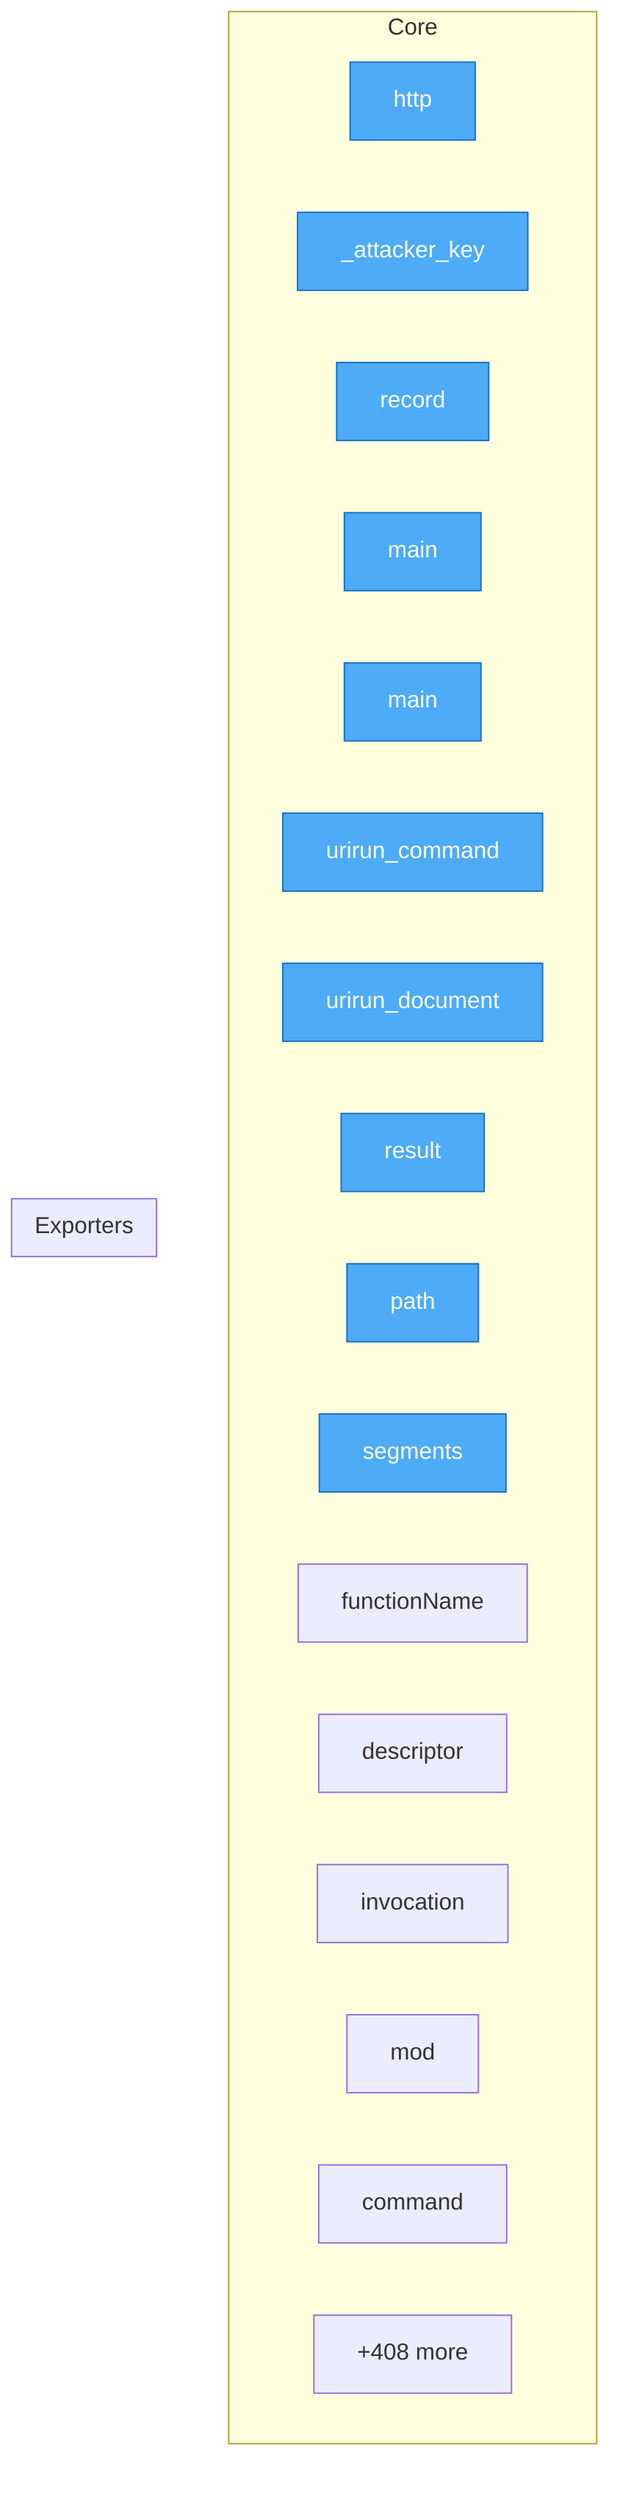
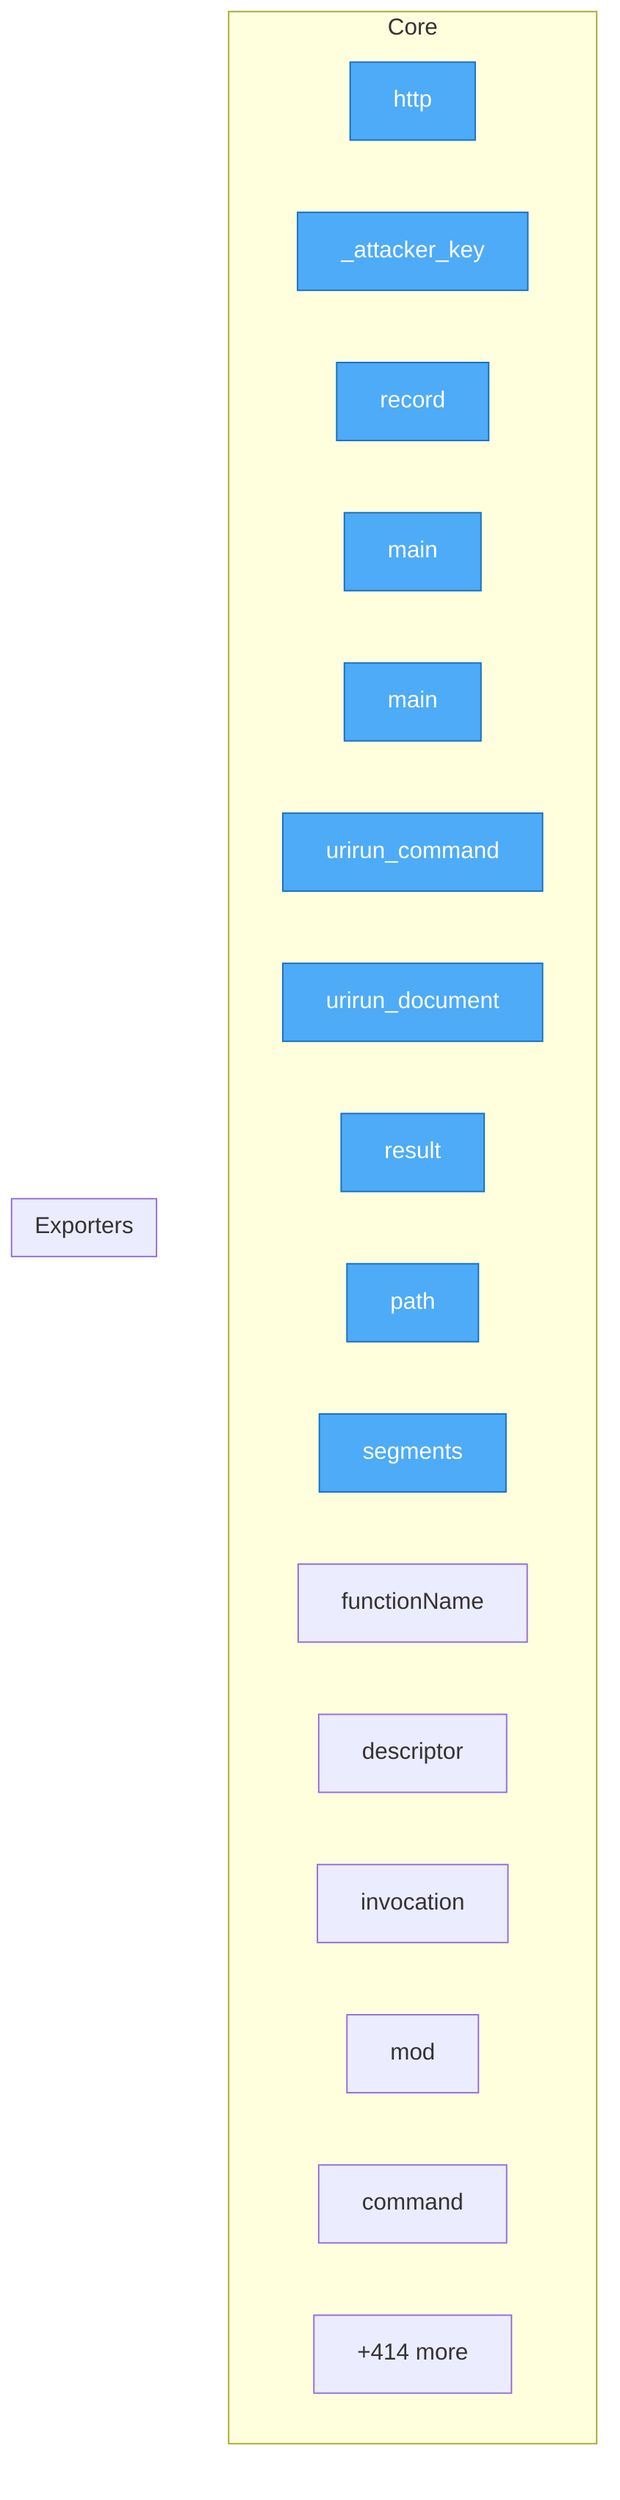
flowchart TD
- %% generated in 0.02s
+ %% generated in 0.03s

    %% Entry points (blue)
    classDef entry fill:#4dabf7,stroke:#1971c2,color:#fff

    subgraph Core
        security__mesh_probe__probe__http["http"]
        security__mesh_probe__probe___attacker_key["_attacker_key"]
        security__mesh_probe__probe__record["record"]
        adapters__conformance__main["main"]
        adapters__new_connector__main["main"]
        adapters__bash__urirun__urirun_command["urirun_command"]
        adapters__bash__urirun__urirun_document["urirun_document"]
        adapters__js__index__test__result["result"]
        adapters__js__path["path"]
        adapters__js__segments["segments"]
        adapters__js__functionName["functionName"]
        adapters__js__descriptor["descriptor"]
        adapters__js__invocation["invocation"]
        adapters__js__mod["mod"]
        adapters__java__Urirun__Urirun__command["command"]
-         ...["+408 more"]
+         ...["+414 more"]
    end

    subgraph Exporters
    end

    class security__mesh_probe__probe__http,security__mesh_probe__probe___attacker_key,security__mesh_probe__probe__record,adapters__conformance__main,adapters__new_connector__main,adapters__bash__urirun__urirun_command,adapters__bash__urirun__urirun_document,adapters__js__index__test__result,adapters__js__path,adapters__js__segments entry
